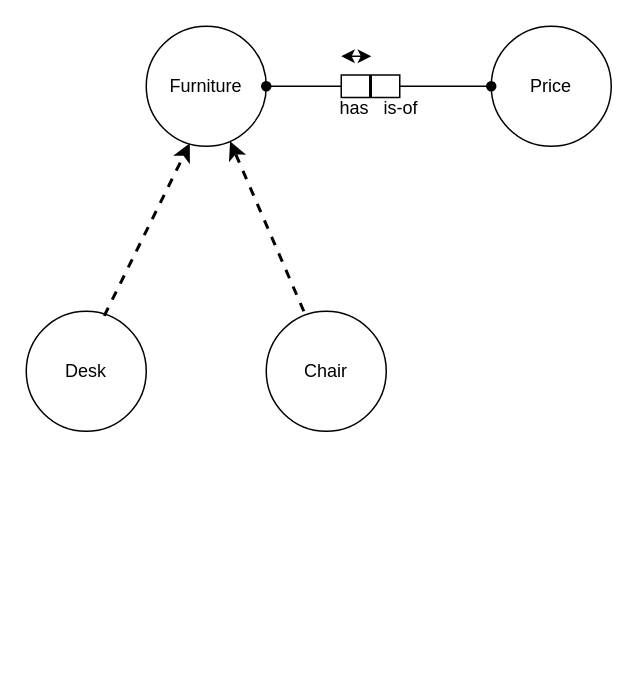
This is Concept-6.1.drawio from DenelDuck/drawio, a draw.io file, before an edit. Source tidied: cells renumbered, new cells numbered last; positions are measured from the earlier drawing's top-left corner, leaving out a move shared by most shapes. Both pictures are drawn from the tidied source at 150%, with x=0, y=0 at pixel (26, 26).
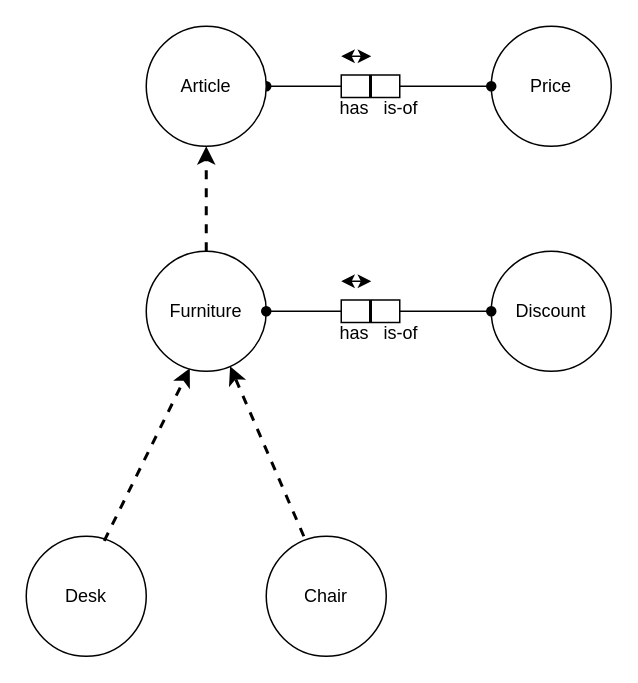
The same diagram, later.

The change refers to these unchanged cells:
```xml
<mxCell id="8" style="shape=process;whiteSpace=wrap;html=1;backgroundOutline=1;size=0.5;" parent="1" vertex="1">
  <mxGeometry x="210" y="32.5" width="39" height="15" as="geometry" />
</mxCell>
```

Change to the diagram source:
```diff
@@
     <mxCell id="2" value="Furniture" style="ellipse;whiteSpace=wrap;html=1;" parent="1" vertex="1">
-      <mxGeometry x="80" width="80" height="80" as="geometry" />
+      <mxGeometry x="80" y="150" width="80" height="80" as="geometry" />
     </mxCell>
     <mxCell id="3" value="Desk" style="ellipse;whiteSpace=wrap;html=1;" parent="1" vertex="1">
-      <mxGeometry y="190" width="80" height="80" as="geometry" />
+      <mxGeometry y="340" width="80" height="80" as="geometry" />
     </mxCell>
     <mxCell id="4" value="Chair" style="ellipse;whiteSpace=wrap;html=1;" parent="1" vertex="1">
-      <mxGeometry x="160" y="190" width="80" height="80" as="geometry" />
+      <mxGeometry x="160" y="340" width="80" height="80" as="geometry" />
     </mxCell>
@@
-    <mxCell id="9" style="endArrow=none;html=1;rounded=0;exitX=1;exitY=0.5;exitDx=0;exitDy=0;entryX=0;entryY=0.5;entryDx=0;entryDy=0;startArrow=oval;startFill=1;" parent="1" edge="1" source="2" target="8">
-      <mxGeometry relative="1" as="geometry" />
+    <mxCell id="9" style="endArrow=none;html=1;rounded=0;exitX=1;exitY=0.5;exitDx=0;exitDy=0;entryX=0;entryY=0.5;entryDx=0;entryDy=0;startArrow=oval;startFill=1;" parent="1" edge="1" target="8">
+      <mxGeometry relative="1" as="geometry">
+        <mxPoint x="160" y="40" as="sourcePoint" />
+      </mxGeometry>
     </mxCell>
@@
+    <mxCell id="14" value="Article" style="ellipse;whiteSpace=wrap;html=1;" parent="1" vertex="1">
+      <mxGeometry x="80" width="80" height="80" as="geometry" />
+    </mxCell>
+    <mxCell id="15" style="endArrow=classic;dashed=1;html=1;strokeWidth=2;rounded=0;exitX=0.5;exitY=0;exitDx=0;exitDy=0;entryX=0.5;entryY=1;entryDx=0;entryDy=0;endFill=1;" parent="1" edge="1" source="2" target="14">
+      <mxGeometry relative="1" as="geometry" />
+    </mxCell>
+    <mxCell id="16" value="Discount" style="ellipse;whiteSpace=wrap;html=1;" parent="1" vertex="1">
+      <mxGeometry x="310" y="150" width="80" height="80" as="geometry" />
+    </mxCell>
+    <mxCell id="17" style="shape=process;whiteSpace=wrap;html=1;backgroundOutline=1;size=0.5;" parent="1" vertex="1">
+      <mxGeometry x="210" y="182.5" width="39" height="15" as="geometry" />
+    </mxCell>
+    <mxCell id="18" style="endArrow=none;html=1;rounded=0;exitX=1;exitY=0.5;exitDx=0;exitDy=0;entryX=0;entryY=0.5;entryDx=0;entryDy=0;startArrow=oval;startFill=1;" parent="1" edge="1" target="17">
+      <mxGeometry relative="1" as="geometry">
+        <mxPoint x="160" y="190" as="sourcePoint" />
+      </mxGeometry>
+    </mxCell>
+    <mxCell id="19" style="endArrow=oval;html=1;rounded=0;entryX=0;entryY=0.5;entryDx=0;entryDy=0;exitX=1;exitY=0.5;exitDx=0;exitDy=0;endFill=1;" parent="1" edge="1" source="17">
+      <mxGeometry relative="1" as="geometry">
+        <mxPoint x="310" y="190" as="targetPoint" />
+      </mxGeometry>
+    </mxCell>
+    <mxCell id="20" style="endArrow=classic;startArrow=classic;html=1;rounded=0;" parent="1" edge="1">
+      <mxGeometry relative="1" as="geometry">
+        <mxPoint x="210" y="170" as="sourcePoint" />
+        <mxPoint x="230" y="170" as="targetPoint" />
+      </mxGeometry>
+    </mxCell>
+    <mxCell id="21" value="has" style="text;html=1;strokeColor=none;fillColor=none;align=center;verticalAlign=middle;whiteSpace=wrap;rounded=0;" parent="1" vertex="1">
+      <mxGeometry x="189" y="190" width="60" height="30" as="geometry" />
+    </mxCell>
+    <mxCell id="22" value="is-of" style="text;html=1;strokeColor=none;fillColor=none;align=center;verticalAlign=middle;whiteSpace=wrap;rounded=0;" parent="1" vertex="1">
+      <mxGeometry x="220" y="190" width="60" height="30" as="geometry" />
+    </mxCell>
```
